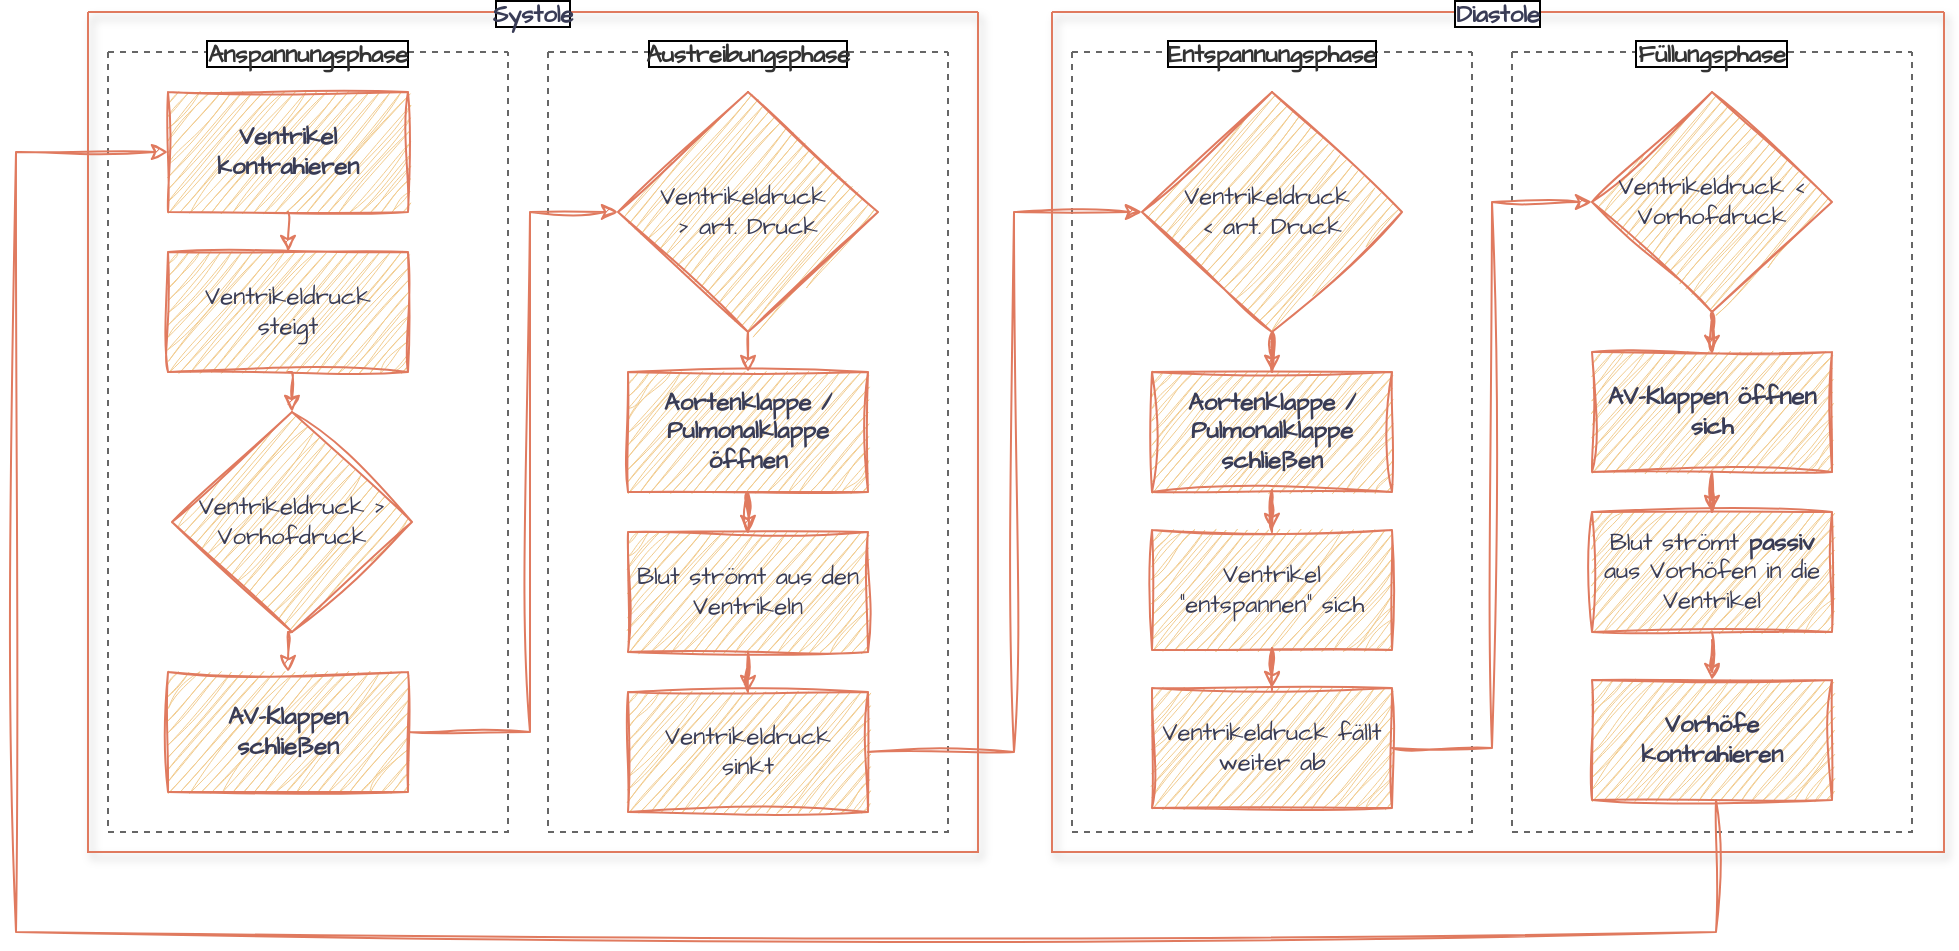
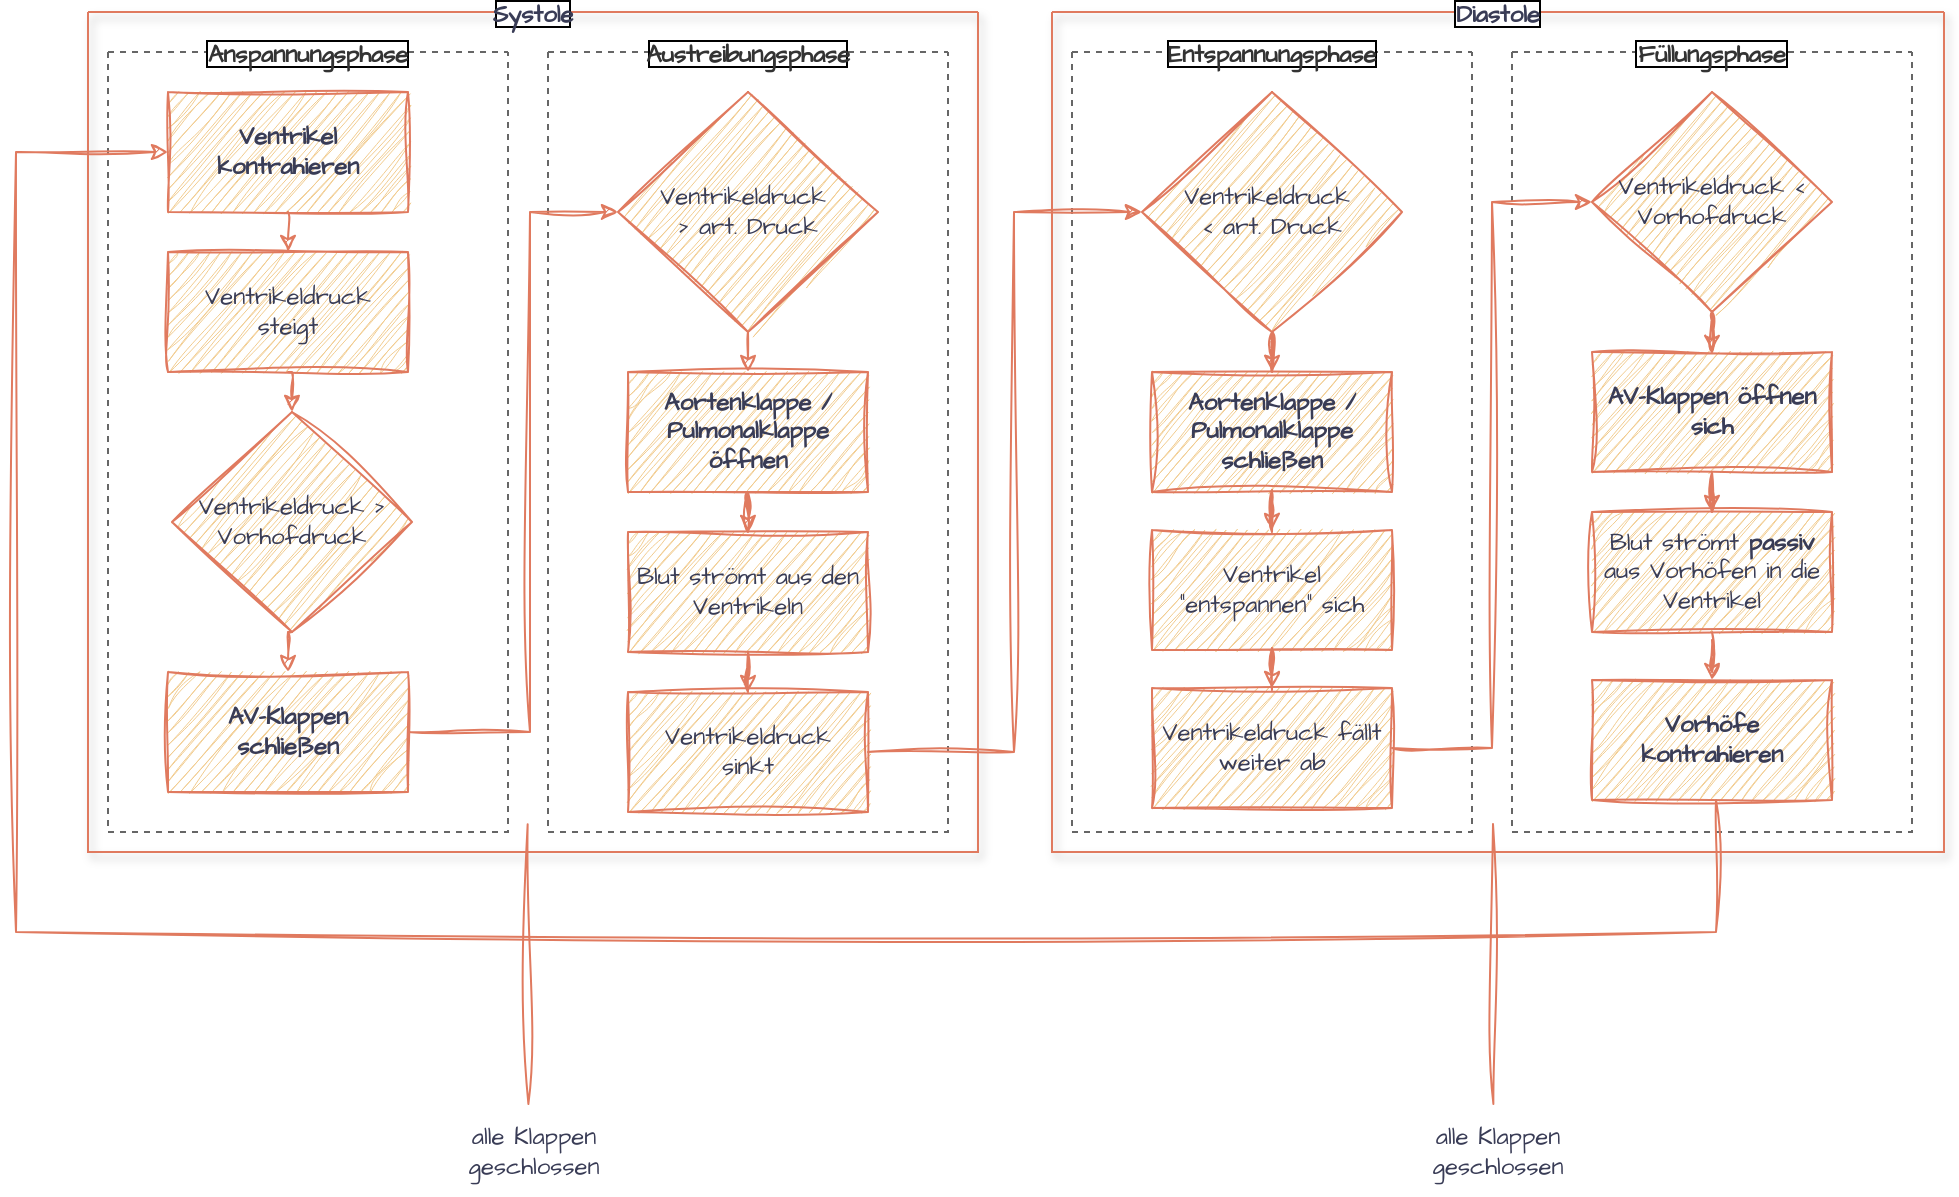
<mxfile host="app.diagrams.net">
  <diagram name="Seite-1" id="RUy1ogdMu1Y2ZzJr0oNc">
    <mxGraphModel dx="1014" dy="629" grid="0" gridSize="10" guides="1" tooltips="1" connect="1" arrows="1" fold="1" page="1" pageScale="1" pageWidth="1169" pageHeight="827" background="none" math="0" shadow="0">
      <root>
        <mxCell id="0" />
        <mxCell id="1" parent="0" />
        <mxCell id="Ko_gAtAqzbOHRBZizgYn-1" parent="1" style="swimlane;startSize=0;hachureGap=4;fontFamily=Architects Daughter;fontSource=https%3A%2F%2Ffonts.googleapis.com%2Fcss%3Ffamily%3DArchitects%2BDaughter;labelBackgroundColor=default;labelBorderColor=default;shadow=1;fillColor=#F2CC8F;strokeColor=#E07A5F;fontColor=#393C56;" value="Systole" vertex="1">
          <mxGeometry height="420" width="445" x="60" y="50" as="geometry" />
        </mxCell>
        <mxCell id="Ko_gAtAqzbOHRBZizgYn-2" parent="Ko_gAtAqzbOHRBZizgYn-1" style="swimlane;startSize=0;hachureGap=4;fontFamily=Architects Daughter;fontSource=https%3A%2F%2Ffonts.googleapis.com%2Fcss%3Ffamily%3DArchitects%2BDaughter;labelBackgroundColor=default;labelBorderColor=default;fillStyle=solid;swimlaneFillColor=none;swimlaneLine=1;dashed=1;container=1;backgroundOutline=0;fillColor=#f5f5f5;fontColor=#333333;strokeColor=#666666;" value="Anspannungsphase" vertex="1">
          <mxGeometry height="390" width="200" x="10" y="20" as="geometry" />
        </mxCell>
        <mxCell id="Ko_gAtAqzbOHRBZizgYn-4" parent="Ko_gAtAqzbOHRBZizgYn-2" style="whiteSpace=wrap;html=1;sketch=1;hachureGap=4;jiggle=2;curveFitting=1;fontFamily=Architects Daughter;fontSource=https%3A%2F%2Ffonts.googleapis.com%2Fcss%3Ffamily%3DArchitects%2BDaughter;labelBackgroundColor=none;fillColor=#F2CC8F;strokeColor=#E07A5F;fontColor=#393C56;fontStyle=1" value="Ventrikel kontrahieren" vertex="1">
          <mxGeometry height="60" width="120" x="30" y="20" as="geometry" />
        </mxCell>
        <mxCell id="Ko_gAtAqzbOHRBZizgYn-7" parent="Ko_gAtAqzbOHRBZizgYn-2" style="whiteSpace=wrap;html=1;sketch=1;hachureGap=4;jiggle=2;curveFitting=1;fontFamily=Architects Daughter;fontSource=https%3A%2F%2Ffonts.googleapis.com%2Fcss%3Ffamily%3DArchitects%2BDaughter;labelBackgroundColor=none;fillColor=#F2CC8F;strokeColor=#E07A5F;fontColor=#393C56;fontStyle=1" value="AV-Klappen&lt;br&gt;schließen" vertex="1">
          <mxGeometry height="60" width="120" x="30" y="310" as="geometry" />
        </mxCell>
        <mxCell id="Ko_gAtAqzbOHRBZizgYn-36" edge="1" parent="Ko_gAtAqzbOHRBZizgYn-2" source="Ko_gAtAqzbOHRBZizgYn-35" style="edgeStyle=orthogonalEdgeStyle;rounded=0;sketch=1;hachureGap=4;jiggle=2;curveFitting=1;orthogonalLoop=1;jettySize=auto;html=1;exitX=0.5;exitY=1;exitDx=0;exitDy=0;entryX=0.5;entryY=0;entryDx=0;entryDy=0;fontFamily=Architects Daughter;fontSource=https%3A%2F%2Ffonts.googleapis.com%2Fcss%3Ffamily%3DArchitects%2BDaughter;labelBackgroundColor=none;strokeColor=#E07A5F;fontColor=default;" target="Ko_gAtAqzbOHRBZizgYn-7">
          <mxGeometry relative="1" as="geometry" />
        </mxCell>
        <mxCell id="Ko_gAtAqzbOHRBZizgYn-35" parent="Ko_gAtAqzbOHRBZizgYn-2" style="rhombus;whiteSpace=wrap;html=1;sketch=1;hachureGap=4;jiggle=2;curveFitting=1;fontFamily=Architects Daughter;fontSource=https%3A%2F%2Ffonts.googleapis.com%2Fcss%3Ffamily%3DArchitects%2BDaughter;labelBackgroundColor=none;fillColor=#F2CC8F;strokeColor=#E07A5F;fontColor=#393C56;" value="Ventrikeldruck &amp;gt; Vorhofdruck" vertex="1">
          <mxGeometry height="110" width="120" x="32" y="180" as="geometry" />
        </mxCell>
        <mxCell id="Ko_gAtAqzbOHRBZizgYn-3" parent="Ko_gAtAqzbOHRBZizgYn-1" style="swimlane;startSize=0;hachureGap=4;fontFamily=Architects Daughter;fontSource=https://fonts.googleapis.com/css?family=Architects+Daughter;labelBackgroundColor=default;labelBorderColor=default;dashed=1;fillColor=#f5f5f5;strokeColor=#666666;fontColor=#333333;" value="Austreibungsphase" vertex="1">
          <mxGeometry height="390" width="200" x="230" y="20" as="geometry" />
        </mxCell>
        <mxCell id="Ko_gAtAqzbOHRBZizgYn-45" edge="1" parent="Ko_gAtAqzbOHRBZizgYn-3" source="Ko_gAtAqzbOHRBZizgYn-10" style="edgeStyle=orthogonalEdgeStyle;rounded=0;sketch=1;hachureGap=4;jiggle=2;curveFitting=1;orthogonalLoop=1;jettySize=auto;html=1;entryX=0.5;entryY=0;entryDx=0;entryDy=0;fontFamily=Architects Daughter;fontSource=https%3A%2F%2Ffonts.googleapis.com%2Fcss%3Ffamily%3DArchitects%2BDaughter;labelBackgroundColor=none;strokeColor=#E07A5F;fontColor=default;" target="Ko_gAtAqzbOHRBZizgYn-11">
          <mxGeometry relative="1" as="geometry" />
        </mxCell>
        <mxCell id="Ko_gAtAqzbOHRBZizgYn-10" parent="Ko_gAtAqzbOHRBZizgYn-3" style="whiteSpace=wrap;html=1;sketch=1;hachureGap=4;jiggle=2;curveFitting=1;fontFamily=Architects Daughter;fontSource=https%3A%2F%2Ffonts.googleapis.com%2Fcss%3Ffamily%3DArchitects%2BDaughter;labelBackgroundColor=none;fillColor=#F2CC8F;strokeColor=#E07A5F;fontColor=#393C56;fontStyle=1" value="Aortenklappe / Pulmonalklappe öffnen" vertex="1">
          <mxGeometry height="60" width="120" x="40" y="160" as="geometry" />
        </mxCell>
        <mxCell id="Ko_gAtAqzbOHRBZizgYn-46" edge="1" parent="Ko_gAtAqzbOHRBZizgYn-3" source="Ko_gAtAqzbOHRBZizgYn-11" style="edgeStyle=orthogonalEdgeStyle;rounded=0;sketch=1;hachureGap=4;jiggle=2;curveFitting=1;orthogonalLoop=1;jettySize=auto;html=1;entryX=0.5;entryY=0;entryDx=0;entryDy=0;fontFamily=Architects Daughter;fontSource=https%3A%2F%2Ffonts.googleapis.com%2Fcss%3Ffamily%3DArchitects%2BDaughter;labelBackgroundColor=none;strokeColor=#E07A5F;fontColor=default;" target="Ko_gAtAqzbOHRBZizgYn-12">
          <mxGeometry relative="1" as="geometry" />
        </mxCell>
        <mxCell id="Ko_gAtAqzbOHRBZizgYn-11" parent="Ko_gAtAqzbOHRBZizgYn-3" style="whiteSpace=wrap;html=1;sketch=1;hachureGap=4;jiggle=2;curveFitting=1;fontFamily=Architects Daughter;fontSource=https%3A%2F%2Ffonts.googleapis.com%2Fcss%3Ffamily%3DArchitects%2BDaughter;labelBackgroundColor=none;fillColor=#F2CC8F;strokeColor=#E07A5F;fontColor=#393C56;" value="Blut strömt aus den Ventrikeln" vertex="1">
          <mxGeometry height="60" width="120" x="40" y="240" as="geometry" />
        </mxCell>
        <mxCell id="Ko_gAtAqzbOHRBZizgYn-12" parent="Ko_gAtAqzbOHRBZizgYn-3" style="whiteSpace=wrap;html=1;sketch=1;hachureGap=4;jiggle=2;curveFitting=1;fontFamily=Architects Daughter;fontSource=https%3A%2F%2Ffonts.googleapis.com%2Fcss%3Ffamily%3DArchitects%2BDaughter;labelBackgroundColor=none;fillColor=#F2CC8F;strokeColor=#E07A5F;fontColor=#393C56;" value="Ventrikeldruck&lt;br&gt;sinkt" vertex="1">
          <mxGeometry height="60" width="120" x="40" y="320" as="geometry" />
        </mxCell>
        <mxCell id="Ko_gAtAqzbOHRBZizgYn-44" edge="1" parent="Ko_gAtAqzbOHRBZizgYn-3" source="Ko_gAtAqzbOHRBZizgYn-41" style="edgeStyle=orthogonalEdgeStyle;rounded=0;sketch=1;hachureGap=4;jiggle=2;curveFitting=1;orthogonalLoop=1;jettySize=auto;html=1;exitX=0.5;exitY=1;exitDx=0;exitDy=0;entryX=0.5;entryY=0;entryDx=0;entryDy=0;fontFamily=Architects Daughter;fontSource=https%3A%2F%2Ffonts.googleapis.com%2Fcss%3Ffamily%3DArchitects%2BDaughter;labelBackgroundColor=none;strokeColor=#E07A5F;fontColor=default;" target="Ko_gAtAqzbOHRBZizgYn-10">
          <mxGeometry relative="1" as="geometry" />
        </mxCell>
        <mxCell id="Ko_gAtAqzbOHRBZizgYn-41" parent="Ko_gAtAqzbOHRBZizgYn-3" style="rhombus;whiteSpace=wrap;html=1;sketch=1;hachureGap=4;jiggle=2;curveFitting=1;fontFamily=Architects Daughter;fontSource=https%3A%2F%2Ffonts.googleapis.com%2Fcss%3Ffamily%3DArchitects%2BDaughter;labelBackgroundColor=none;fillColor=#F2CC8F;strokeColor=#E07A5F;fontColor=#393C56;" value="Ventrikeldruck&amp;nbsp;&lt;br&gt;&amp;gt; art. Druck" vertex="1">
          <mxGeometry height="120" width="130" x="35" y="20" as="geometry" />
        </mxCell>
        <mxCell id="Ko_gAtAqzbOHRBZizgYn-43" edge="1" parent="Ko_gAtAqzbOHRBZizgYn-1" source="Ko_gAtAqzbOHRBZizgYn-7" style="edgeStyle=orthogonalEdgeStyle;rounded=0;sketch=1;hachureGap=4;jiggle=2;curveFitting=1;orthogonalLoop=1;jettySize=auto;html=1;entryX=0;entryY=0.5;entryDx=0;entryDy=0;fontFamily=Architects Daughter;fontSource=https%3A%2F%2Ffonts.googleapis.com%2Fcss%3Ffamily%3DArchitects%2BDaughter;labelBackgroundColor=none;strokeColor=#E07A5F;fontColor=default;" target="Ko_gAtAqzbOHRBZizgYn-41">
          <mxGeometry relative="1" as="geometry">
            <Array as="points">
              <mxPoint x="221" y="360" />
              <mxPoint x="221" y="100" />
            </Array>
          </mxGeometry>
        </mxCell>
        <mxCell id="Ko_gAtAqzbOHRBZizgYn-37" edge="1" parent="1" source="Ko_gAtAqzbOHRBZizgYn-5" style="edgeStyle=orthogonalEdgeStyle;rounded=0;sketch=1;hachureGap=4;jiggle=2;curveFitting=1;orthogonalLoop=1;jettySize=auto;html=1;exitX=0.5;exitY=1;exitDx=0;exitDy=0;entryX=0.5;entryY=0;entryDx=0;entryDy=0;fontFamily=Architects Daughter;fontSource=https%3A%2F%2Ffonts.googleapis.com%2Fcss%3Ffamily%3DArchitects%2BDaughter;labelBackgroundColor=none;strokeColor=#E07A5F;fontColor=default;" target="Ko_gAtAqzbOHRBZizgYn-35">
          <mxGeometry relative="1" as="geometry" />
        </mxCell>
        <mxCell id="Ko_gAtAqzbOHRBZizgYn-5" parent="1" style="whiteSpace=wrap;html=1;sketch=1;hachureGap=4;jiggle=2;curveFitting=1;fontFamily=Architects Daughter;fontSource=https%3A%2F%2Ffonts.googleapis.com%2Fcss%3Ffamily%3DArchitects%2BDaughter;labelBackgroundColor=none;fillColor=#F2CC8F;strokeColor=#E07A5F;fontColor=#393C56;" value="Ventrikeldruck&lt;br&gt;steigt" vertex="1">
          <mxGeometry height="60" width="120" x="100" y="170" as="geometry" />
        </mxCell>
        <mxCell id="Ko_gAtAqzbOHRBZizgYn-24" parent="1" style="swimlane;startSize=0;hachureGap=4;fontFamily=Architects Daughter;fontSource=https://fonts.googleapis.com/css?family=Architects+Daughter;labelBackgroundColor=default;labelBorderColor=default;shadow=1;fillColor=#F2CC8F;strokeColor=#E07A5F;fontColor=#393C56;" value="Diastole" vertex="1">
          <mxGeometry height="420" width="446" x="542" y="50" as="geometry" />
        </mxCell>
        <mxCell id="Ko_gAtAqzbOHRBZizgYn-25" parent="Ko_gAtAqzbOHRBZizgYn-24" style="swimlane;startSize=0;hachureGap=4;fontFamily=Architects Daughter;fontSource=https://fonts.googleapis.com/css?family=Architects+Daughter;labelBackgroundColor=default;labelBorderColor=default;dashed=1;fillColor=#f5f5f5;strokeColor=#666666;fontColor=#333333;" value="Entspannungsphase" vertex="1">
          <mxGeometry height="390" width="200" x="10" y="20" as="geometry" />
        </mxCell>
        <mxCell id="Ko_gAtAqzbOHRBZizgYn-28" parent="Ko_gAtAqzbOHRBZizgYn-25" style="whiteSpace=wrap;html=1;sketch=1;hachureGap=4;jiggle=2;curveFitting=1;fontFamily=Architects Daughter;fontSource=https://fonts.googleapis.com/css?family=Architects+Daughter;labelBackgroundColor=none;fillColor=#F2CC8F;strokeColor=#E07A5F;fontColor=#393C56;" value="Ventrikeldruck fällt weiter ab" vertex="1">
          <mxGeometry height="60" width="120" x="40" y="318" as="geometry" />
        </mxCell>
        <mxCell id="Ko_gAtAqzbOHRBZizgYn-49" edge="1" parent="Ko_gAtAqzbOHRBZizgYn-25" source="Ko_gAtAqzbOHRBZizgYn-47" style="edgeStyle=orthogonalEdgeStyle;rounded=0;sketch=1;hachureGap=4;jiggle=2;curveFitting=1;orthogonalLoop=1;jettySize=auto;html=1;fontFamily=Architects Daughter;fontSource=https%3A%2F%2Ffonts.googleapis.com%2Fcss%3Ffamily%3DArchitects%2BDaughter;labelBackgroundColor=none;strokeColor=#E07A5F;fontColor=default;" target="Ko_gAtAqzbOHRBZizgYn-34">
          <mxGeometry relative="1" as="geometry" />
        </mxCell>
        <mxCell id="Ko_gAtAqzbOHRBZizgYn-47" parent="Ko_gAtAqzbOHRBZizgYn-25" style="rhombus;whiteSpace=wrap;html=1;sketch=1;hachureGap=4;jiggle=2;curveFitting=1;fontFamily=Architects Daughter;fontSource=https://fonts.googleapis.com/css?family=Architects+Daughter;labelBackgroundColor=none;fillColor=#F2CC8F;strokeColor=#E07A5F;fontColor=#393C56;" value="Ventrikeldruck&amp;nbsp;&lt;br&gt;&amp;lt; art. Druck" vertex="1">
          <mxGeometry height="120" width="130" x="35" y="20" as="geometry" />
        </mxCell>
        <mxCell id="Ko_gAtAqzbOHRBZizgYn-34" parent="Ko_gAtAqzbOHRBZizgYn-25" style="whiteSpace=wrap;html=1;sketch=1;hachureGap=4;jiggle=2;curveFitting=1;fontFamily=Architects Daughter;fontSource=https://fonts.googleapis.com/css?family=Architects+Daughter;labelBackgroundColor=none;fillColor=#F2CC8F;strokeColor=#E07A5F;fontColor=#393C56;fontStyle=1" value="Aortenklappe /&lt;br&gt;Pulmonalklappe&lt;br&gt;schließen" vertex="1">
          <mxGeometry height="60" width="120" x="40" y="160" as="geometry" />
        </mxCell>
        <mxCell id="Ko_gAtAqzbOHRBZizgYn-52" parent="Ko_gAtAqzbOHRBZizgYn-25" style="whiteSpace=wrap;html=1;sketch=1;hachureGap=4;jiggle=2;curveFitting=1;fontFamily=Architects Daughter;fontSource=https%3A%2F%2Ffonts.googleapis.com%2Fcss%3Ffamily%3DArchitects%2BDaughter;labelBackgroundColor=none;fillColor=#F2CC8F;strokeColor=#E07A5F;fontColor=#393C56;" value="Ventrikel &quot;entspannen&quot; sich" vertex="1">
          <mxGeometry height="60" width="120" x="40" y="239" as="geometry" />
        </mxCell>
        <mxCell id="Ko_gAtAqzbOHRBZizgYn-53" edge="1" parent="Ko_gAtAqzbOHRBZizgYn-25" source="Ko_gAtAqzbOHRBZizgYn-34" style="edgeStyle=orthogonalEdgeStyle;rounded=0;sketch=1;hachureGap=4;jiggle=2;curveFitting=1;orthogonalLoop=1;jettySize=auto;html=1;fontFamily=Architects Daughter;fontSource=https%3A%2F%2Ffonts.googleapis.com%2Fcss%3Ffamily%3DArchitects%2BDaughter;labelBackgroundColor=none;strokeColor=#E07A5F;fontColor=default;" target="Ko_gAtAqzbOHRBZizgYn-52">
          <mxGeometry relative="1" as="geometry" />
        </mxCell>
        <mxCell id="Ko_gAtAqzbOHRBZizgYn-54" edge="1" parent="Ko_gAtAqzbOHRBZizgYn-25" source="Ko_gAtAqzbOHRBZizgYn-52" style="edgeStyle=orthogonalEdgeStyle;rounded=0;sketch=1;hachureGap=4;jiggle=2;curveFitting=1;orthogonalLoop=1;jettySize=auto;html=1;fontFamily=Architects Daughter;fontSource=https%3A%2F%2Ffonts.googleapis.com%2Fcss%3Ffamily%3DArchitects%2BDaughter;labelBackgroundColor=none;strokeColor=#E07A5F;fontColor=default;" target="Ko_gAtAqzbOHRBZizgYn-28">
          <mxGeometry relative="1" as="geometry" />
        </mxCell>
        <mxCell id="Ko_gAtAqzbOHRBZizgYn-29" parent="Ko_gAtAqzbOHRBZizgYn-24" style="swimlane;startSize=0;hachureGap=4;fontFamily=Architects Daughter;fontSource=https://fonts.googleapis.com/css?family=Architects+Daughter;labelBackgroundColor=default;labelBorderColor=default;dashed=1;fillColor=#f5f5f5;strokeColor=#666666;fontColor=#333333;" value="Füllungsphase" vertex="1">
          <mxGeometry height="390" width="200" x="230" y="20" as="geometry" />
        </mxCell>
        <mxCell id="Ko_gAtAqzbOHRBZizgYn-58" edge="1" parent="Ko_gAtAqzbOHRBZizgYn-29" source="Ko_gAtAqzbOHRBZizgYn-31" style="edgeStyle=orthogonalEdgeStyle;rounded=0;sketch=1;hachureGap=4;jiggle=2;curveFitting=1;orthogonalLoop=1;jettySize=auto;html=1;fontFamily=Architects Daughter;fontSource=https%3A%2F%2Ffonts.googleapis.com%2Fcss%3Ffamily%3DArchitects%2BDaughter;labelBackgroundColor=none;strokeColor=#E07A5F;fontColor=default;" target="Ko_gAtAqzbOHRBZizgYn-33">
          <mxGeometry relative="1" as="geometry" />
        </mxCell>
        <mxCell id="Ko_gAtAqzbOHRBZizgYn-31" parent="Ko_gAtAqzbOHRBZizgYn-29" style="whiteSpace=wrap;html=1;sketch=1;hachureGap=4;jiggle=2;curveFitting=1;fontFamily=Architects Daughter;fontSource=https://fonts.googleapis.com/css?family=Architects+Daughter;labelBackgroundColor=none;fillColor=#F2CC8F;strokeColor=#E07A5F;fontColor=#393C56;fontStyle=1" value="AV-Klappen öffnen sich" vertex="1">
          <mxGeometry height="60" width="120" x="40" y="150" as="geometry" />
        </mxCell>
        <mxCell id="Ko_gAtAqzbOHRBZizgYn-57" edge="1" parent="Ko_gAtAqzbOHRBZizgYn-29" source="Ko_gAtAqzbOHRBZizgYn-33" style="edgeStyle=orthogonalEdgeStyle;rounded=0;sketch=1;hachureGap=4;jiggle=2;curveFitting=1;orthogonalLoop=1;jettySize=auto;html=1;fontFamily=Architects Daughter;fontSource=https%3A%2F%2Ffonts.googleapis.com%2Fcss%3Ffamily%3DArchitects%2BDaughter;labelBackgroundColor=none;strokeColor=#E07A5F;fontColor=default;" target="Ko_gAtAqzbOHRBZizgYn-56">
          <mxGeometry relative="1" as="geometry" />
        </mxCell>
        <mxCell id="Ko_gAtAqzbOHRBZizgYn-33" parent="Ko_gAtAqzbOHRBZizgYn-29" style="whiteSpace=wrap;html=1;sketch=1;hachureGap=4;jiggle=2;curveFitting=1;fontFamily=Architects Daughter;fontSource=https://fonts.googleapis.com/css?family=Architects+Daughter;labelBackgroundColor=none;fillColor=#F2CC8F;strokeColor=#E07A5F;fontColor=#393C56;" value="Blut strömt &lt;b&gt;passiv&lt;/b&gt; aus Vorhöfen in die Ventrikel" vertex="1">
          <mxGeometry height="60" width="120" x="40" y="230" as="geometry" />
        </mxCell>
        <mxCell id="Ko_gAtAqzbOHRBZizgYn-55" edge="1" parent="Ko_gAtAqzbOHRBZizgYn-29" source="Ko_gAtAqzbOHRBZizgYn-51" style="edgeStyle=orthogonalEdgeStyle;rounded=0;sketch=1;hachureGap=4;jiggle=2;curveFitting=1;orthogonalLoop=1;jettySize=auto;html=1;fontFamily=Architects Daughter;fontSource=https%3A%2F%2Ffonts.googleapis.com%2Fcss%3Ffamily%3DArchitects%2BDaughter;labelBackgroundColor=none;strokeColor=#E07A5F;fontColor=default;" target="Ko_gAtAqzbOHRBZizgYn-31">
          <mxGeometry relative="1" as="geometry" />
        </mxCell>
        <mxCell id="Ko_gAtAqzbOHRBZizgYn-51" parent="Ko_gAtAqzbOHRBZizgYn-29" style="rhombus;whiteSpace=wrap;html=1;sketch=1;hachureGap=4;jiggle=2;curveFitting=1;fontFamily=Architects Daughter;fontSource=https://fonts.googleapis.com/css?family=Architects+Daughter;labelBackgroundColor=none;fillColor=#F2CC8F;strokeColor=#E07A5F;fontColor=#393C56;" value="Ventrikeldruck &amp;lt;&lt;br&gt;Vorhofdruck" vertex="1">
          <mxGeometry height="110" width="120" x="40" y="20" as="geometry" />
        </mxCell>
        <mxCell id="Ko_gAtAqzbOHRBZizgYn-56" parent="Ko_gAtAqzbOHRBZizgYn-29" style="whiteSpace=wrap;html=1;sketch=1;hachureGap=4;jiggle=2;curveFitting=1;fontFamily=Architects Daughter;fontSource=https%3A%2F%2Ffonts.googleapis.com%2Fcss%3Ffamily%3DArchitects%2BDaughter;labelBackgroundColor=none;fillColor=#F2CC8F;strokeColor=#E07A5F;fontColor=#393C56;fontStyle=1" value="Vorhöfe kontrahieren" vertex="1">
          <mxGeometry height="60" width="120" x="40" y="314" as="geometry" />
        </mxCell>
        <mxCell id="Ko_gAtAqzbOHRBZizgYn-60" edge="1" parent="Ko_gAtAqzbOHRBZizgYn-29" style="edgeStyle=orthogonalEdgeStyle;rounded=0;sketch=1;hachureGap=4;jiggle=2;curveFitting=1;orthogonalLoop=1;jettySize=auto;html=1;entryX=0;entryY=0.5;entryDx=0;entryDy=0;fontFamily=Architects Daughter;fontSource=https%3A%2F%2Ffonts.googleapis.com%2Fcss%3Ffamily%3DArchitects%2BDaughter;labelBackgroundColor=none;strokeColor=#E07A5F;fontColor=default;" target="Ko_gAtAqzbOHRBZizgYn-4">
          <mxGeometry relative="1" as="geometry">
            <Array as="points">
              <mxPoint x="102" y="440" />
              <mxPoint x="-748" y="440" />
              <mxPoint x="-748" y="50" />
            </Array>
            <mxPoint x="102" y="374" as="sourcePoint" />
            <mxPoint x="-688" y="50" as="targetPoint" />
          </mxGeometry>
        </mxCell>
        <mxCell id="Ko_gAtAqzbOHRBZizgYn-59" edge="1" parent="Ko_gAtAqzbOHRBZizgYn-24" source="Ko_gAtAqzbOHRBZizgYn-28" style="edgeStyle=orthogonalEdgeStyle;rounded=0;sketch=1;hachureGap=4;jiggle=2;curveFitting=1;orthogonalLoop=1;jettySize=auto;html=1;entryX=0;entryY=0.5;entryDx=0;entryDy=0;fontFamily=Architects Daughter;fontSource=https%3A%2F%2Ffonts.googleapis.com%2Fcss%3Ffamily%3DArchitects%2BDaughter;labelBackgroundColor=none;strokeColor=#E07A5F;fontColor=default;" target="Ko_gAtAqzbOHRBZizgYn-51">
          <mxGeometry relative="1" as="geometry" />
        </mxCell>
        <mxCell id="Ko_gAtAqzbOHRBZizgYn-39" edge="1" parent="1" source="Ko_gAtAqzbOHRBZizgYn-4" style="edgeStyle=orthogonalEdgeStyle;rounded=0;sketch=1;hachureGap=4;jiggle=2;curveFitting=1;orthogonalLoop=1;jettySize=auto;html=1;exitX=0.5;exitY=1;exitDx=0;exitDy=0;entryX=0.5;entryY=0;entryDx=0;entryDy=0;fontFamily=Architects Daughter;fontSource=https%3A%2F%2Ffonts.googleapis.com%2Fcss%3Ffamily%3DArchitects%2BDaughter;labelBackgroundColor=none;strokeColor=#E07A5F;fontColor=default;" target="Ko_gAtAqzbOHRBZizgYn-5">
          <mxGeometry relative="1" as="geometry" />
        </mxCell>
        <mxCell id="Ko_gAtAqzbOHRBZizgYn-48" edge="1" parent="1" source="Ko_gAtAqzbOHRBZizgYn-12" style="edgeStyle=orthogonalEdgeStyle;rounded=0;sketch=1;hachureGap=4;jiggle=2;curveFitting=1;orthogonalLoop=1;jettySize=auto;html=1;entryX=0;entryY=0.5;entryDx=0;entryDy=0;fontFamily=Architects Daughter;fontSource=https%3A%2F%2Ffonts.googleapis.com%2Fcss%3Ffamily%3DArchitects%2BDaughter;labelBackgroundColor=none;strokeColor=#E07A5F;fontColor=default;" target="Ko_gAtAqzbOHRBZizgYn-47">
          <mxGeometry relative="1" as="geometry">
            <Array as="points">
              <mxPoint x="523" y="420" />
              <mxPoint x="523" y="150" />
            </Array>
          </mxGeometry>
        </mxCell>
+         <mxCell id="Ko_gAtAqzbOHRBZizgYn-63" edge="1" parent="1" style="endArrow=none;html=1;rounded=0;sketch=1;hachureGap=4;jiggle=2;curveFitting=1;strokeColor=#E07A5F;fontFamily=Architects Daughter;fontSource=https%3A%2F%2Ffonts.googleapis.com%2Fcss%3Ffamily%3DArchitects%2BDaughter;fontColor=#393C56;fillColor=#F2CC8F;entryX=0.494;entryY=0.967;entryDx=0;entryDy=0;entryPerimeter=0;" target="Ko_gAtAqzbOHRBZizgYn-1" value="">
+           <mxGeometry height="50" relative="1" width="50" as="geometry">
+             <mxPoint x="280.19" y="596" as="sourcePoint" />
+             <mxPoint x="280.0025" y="470" as="targetPoint" />
+           </mxGeometry>
+         </mxCell>
+         <mxCell id="Ko_gAtAqzbOHRBZizgYn-64" parent="1" style="text;html=1;whiteSpace=wrap;strokeColor=none;fillColor=none;align=center;verticalAlign=middle;rounded=0;fontFamily=Architects Daughter;fontSource=https%3A%2F%2Ffonts.googleapis.com%2Fcss%3Ffamily%3DArchitects%2BDaughter;fontColor=#393C56;" value="alle Klappen&lt;br&gt;&lt;div&gt;geschlossen&lt;/div&gt;" vertex="1">
+           <mxGeometry height="30" width="60" x="252.5" y="605" as="geometry" />
+         </mxCell>
+         <mxCell id="Ko_gAtAqzbOHRBZizgYn-65" edge="1" parent="1" style="endArrow=none;html=1;rounded=0;sketch=1;hachureGap=4;jiggle=2;curveFitting=1;strokeColor=#E07A5F;fontFamily=Architects Daughter;fontSource=https://fonts.googleapis.com/css?family=Architects+Daughter;fontColor=#393C56;fillColor=#F2CC8F;entryX=0.494;entryY=0.967;entryDx=0;entryDy=0;entryPerimeter=0;" value="">
+           <mxGeometry height="50" relative="1" width="50" as="geometry">
+             <mxPoint x="762.69" y="596" as="sourcePoint" />
+             <mxPoint x="762.5" y="456" as="targetPoint" />
+           </mxGeometry>
+         </mxCell>
+         <mxCell id="Ko_gAtAqzbOHRBZizgYn-66" parent="1" style="text;html=1;whiteSpace=wrap;strokeColor=none;fillColor=none;align=center;verticalAlign=middle;rounded=0;fontFamily=Architects Daughter;fontSource=https://fonts.googleapis.com/css?family=Architects+Daughter;fontColor=#393C56;" value="alle Klappen&lt;br&gt;&lt;div&gt;geschlossen&lt;/div&gt;" vertex="1">
+           <mxGeometry height="30" width="60" x="735" y="605" as="geometry" />
+         </mxCell>
      </root>
    </mxGraphModel>
  </diagram>
</mxfile>
